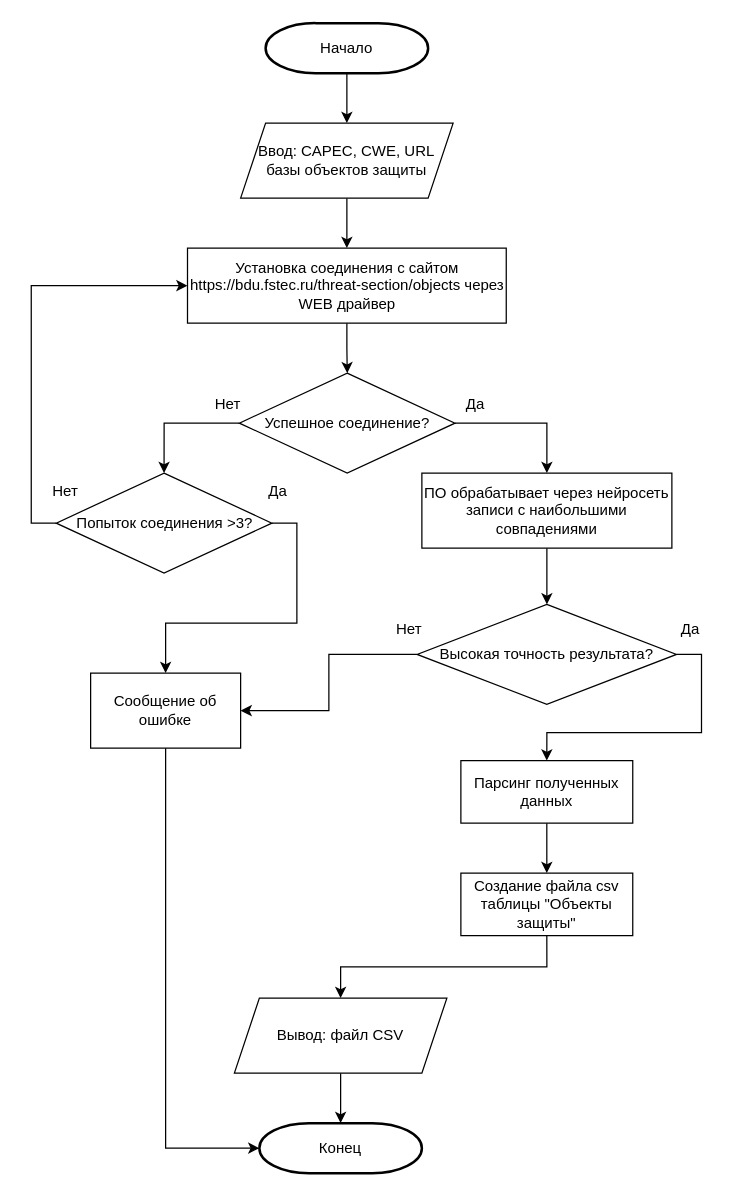
The draw.io diagram Algorithm_OPZ/(2. ЧП) 1. Алгоритм Генерация объектов защиты.drawio in SmirnovBogdan8/Diplom, before the edit. Source tidied: cells renumbered, new cells numbered last; positions are measured from the earlier drawing's top-left corner, leaving out a move shared by most shapes. Both pictures are drawn from the tidied source at 125%, with x=0, y=0 at pixel (28, 22).
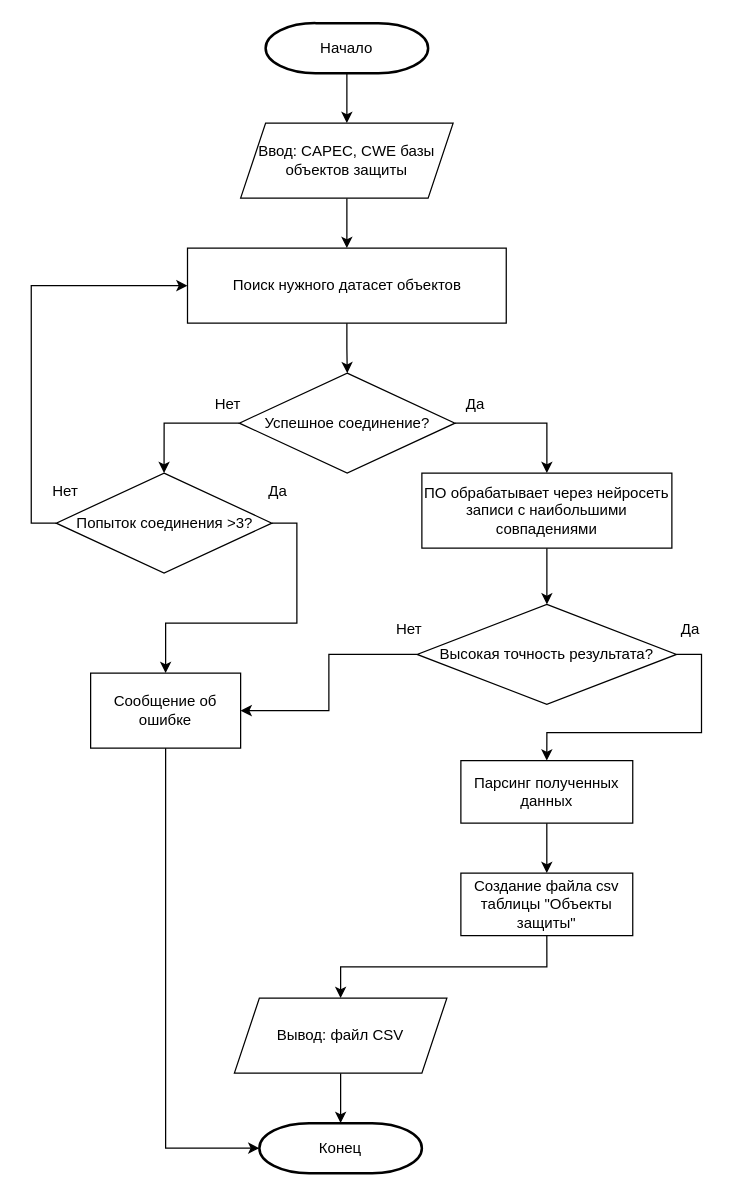
Above is the later version.

The edit, as a diff of the source:
```diff
@@
-    <mxCell id="6" value="Ввод: CAPEC, CWE, URL базы объектов защиты" style="shape=parallelogram;perimeter=parallelogramPerimeter;whiteSpace=wrap;html=1;fixedSize=1;" parent="1" vertex="1">
+    <mxCell id="6" value="Ввод: CAPEC, CWE базы объектов защиты" style="shape=parallelogram;perimeter=parallelogramPerimeter;whiteSpace=wrap;html=1;fixedSize=1;" parent="1" vertex="1">
       <mxGeometry x="170" y="80" width="170" height="60" as="geometry" />
     </mxCell>
@@
-    <mxCell id="8" value="Установка соединения с сайтом https://bdu.fstec.ru/threat-section/objects&amp;nbsp;через WEB драйвер" style="rounded=0;whiteSpace=wrap;html=1;" parent="1" vertex="1">
+    <mxCell id="8" value="Поиск нужного датасет объектов" style="rounded=0;whiteSpace=wrap;html=1;" parent="1" vertex="1">
       <mxGeometry x="127.5" y="180" width="255" height="60" as="geometry" />
     </mxCell>
```
